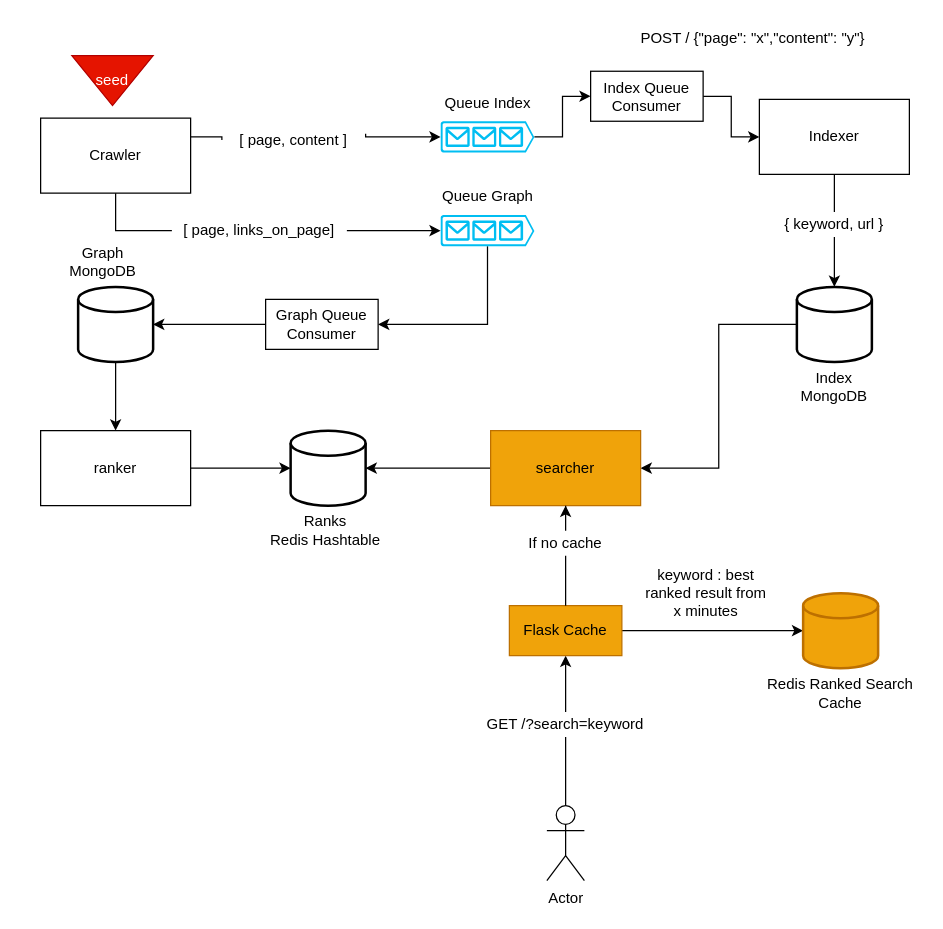
Earlier version of the draw.io diagram search-engine.drawio (lariskovski/search-engine). Source tidied: cells renumbered, new cells numbered last; positions are measured from the earlier drawing's top-left corner, leaving out a move shared by most shapes. Both pictures are drawn from the tidied source at 125%, with x=0, y=0 at pixel (21, 20).
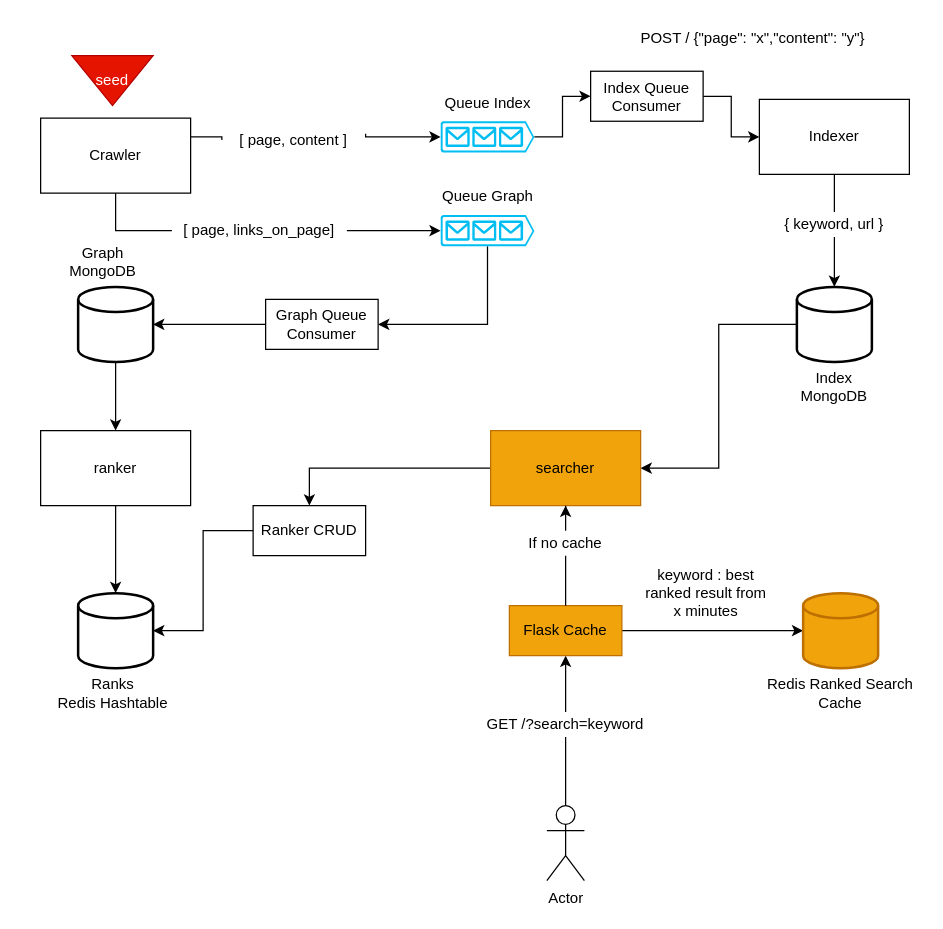
The same page after the edit.

Commit message:
Adjusts drawing adding ranker crud in front of searcher

The change refers to these unchanged cells:
```xml
<mxCell id="16" value="ranker" style="rounded=0;whiteSpace=wrap;html=1;" parent="1" vertex="1">
  <mxGeometry x="15" y="328" width="120" height="60" as="geometry" />
</mxCell>
<mxCell id="20" value="searcher" style="rounded=0;whiteSpace=wrap;html=1;fillColor=#f0a30a;strokeColor=#BD7000;fontColor=#000000;" parent="1" vertex="1">
  <mxGeometry x="375" y="328" width="120" height="60" as="geometry" />
</mxCell>
```

Change to the diagram source:
```diff
@@
-    <mxCell id="15" style="edgeStyle=orthogonalEdgeStyle;rounded=0;jettySize=auto;html=1;startArrow=none;startFill=0;strokeWidth=1;entryX=0;entryY=0.5;entryDx=0;entryDy=0;entryPerimeter=0;" parent="1" edge="1" source="16" target="24">
+    <mxCell id="15" style="edgeStyle=orthogonalEdgeStyle;rounded=0;jettySize=auto;html=1;startArrow=none;startFill=0;strokeWidth=1;entryX=0.5;entryY=0;entryDx=0;entryDy=0;entryPerimeter=0;" parent="1" edge="1" source="16" target="24">
       <mxGeometry relative="1" as="geometry" />
     </mxCell>
@@
-    <mxCell id="19" style="edgeStyle=orthogonalEdgeStyle;rounded=0;jettySize=auto;html=1;entryX=1;entryY=0.5;entryDx=0;entryDy=0;entryPerimeter=0;" parent="1" edge="1" source="20" target="24">
+    <mxCell id="19" style="edgeStyle=orthogonalEdgeStyle;rounded=0;jettySize=auto;html=1;entryX=0.5;entryY=0;entryDx=0;entryDy=0;" parent="1" edge="1" source="20" target="51">
       <mxGeometry relative="1" as="geometry" />
     </mxCell>
@@
     <mxCell id="24" style="strokeWidth=2;html=1;shape=mxgraph.flowchart.database;whiteSpace=wrap;" parent="1" vertex="1">
-      <mxGeometry x="215" y="328" width="60" height="60" as="geometry" />
+      <mxGeometry x="45" y="458" width="60" height="60" as="geometry" />
     </mxCell>
     <mxCell id="25" value="Ranks&lt;br&gt;Redis Hashtable" style="text;html=1;strokeColor=none;fillColor=none;align=center;verticalAlign=middle;whiteSpace=wrap;rounded=0;" parent="1" vertex="1">
-      <mxGeometry x="177.5" y="388" width="130" height="40" as="geometry" />
+      <mxGeometry x="7.5" y="518" width="130" height="40" as="geometry" />
     </mxCell>
@@
+    <mxCell id="50" style="edgeStyle=orthogonalEdgeStyle;rounded=0;jettySize=auto;html=1;entryX=1;entryY=0.5;entryDx=0;entryDy=0;entryPerimeter=0;" parent="1" edge="1" source="51" target="24">
+      <mxGeometry relative="1" as="geometry" />
+    </mxCell>
+    <mxCell id="51" value="Ranker CRUD" style="rounded=0;whiteSpace=wrap;html=1;" parent="1" vertex="1">
+      <mxGeometry x="185" y="388" width="90" height="40" as="geometry" />
+    </mxCell>
```
